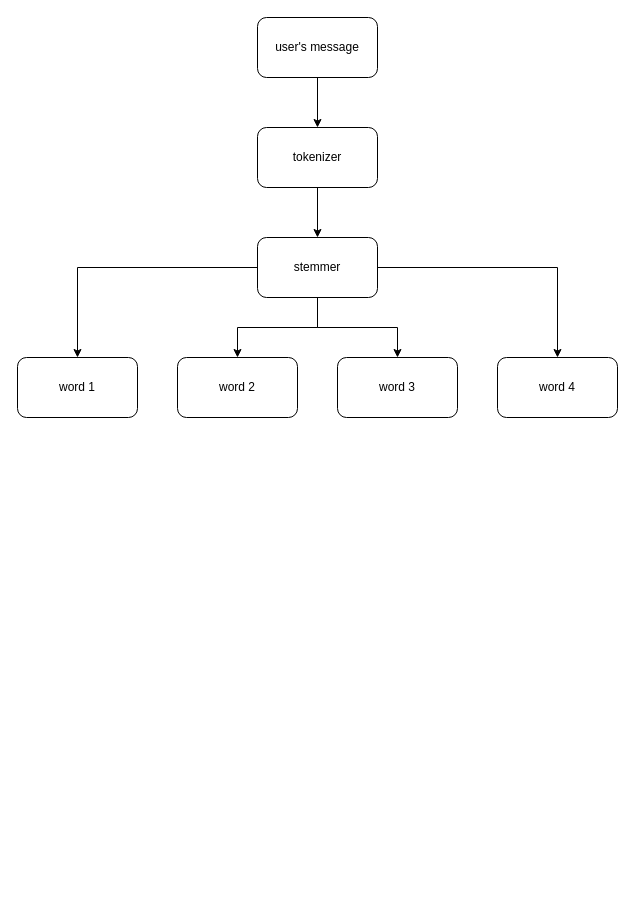
This is annie_nlp.drawio from Grrom/draw_io_stuff, a draw.io file, before an edit. Source tidied: cells renumbered, new cells numbered last; positions are measured from the earlier drawing's top-left corner, leaving out a move shared by most shapes. Both pictures are drawn from the tidied source at 100%, with x=0, y=0 at pixel (17, 17).
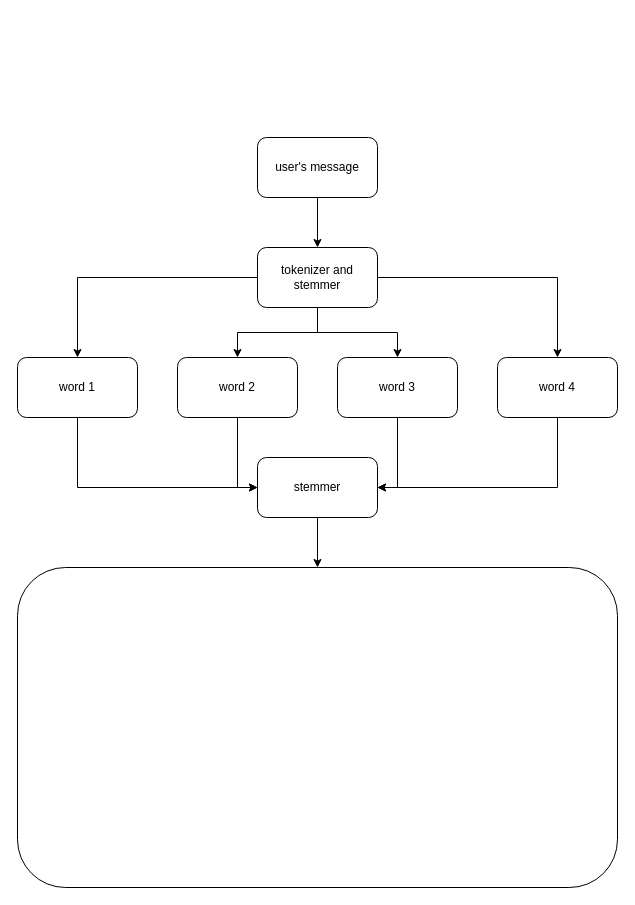
After the change.

Unchanged cells that the change refers to:
```xml
<mxCell id="11" value="word 1" style="rounded=1;whiteSpace=wrap;html=1;" parent="1" vertex="1">
  <mxGeometry y="340" width="120" height="60" as="geometry" />
</mxCell>
<mxCell id="12" value="word 2" style="rounded=1;whiteSpace=wrap;html=1;" parent="1" vertex="1">
  <mxGeometry x="160" y="340" width="120" height="60" as="geometry" />
</mxCell>
<mxCell id="13" value="word 3" style="rounded=1;whiteSpace=wrap;html=1;" parent="1" vertex="1">
  <mxGeometry x="320" y="340" width="120" height="60" as="geometry" />
</mxCell>
<mxCell id="14" value="word 4" style="rounded=1;whiteSpace=wrap;html=1;" parent="1" vertex="1">
  <mxGeometry x="480" y="340" width="120" height="60" as="geometry" />
</mxCell>
```

What changed in the source:
```diff
@@
     <mxCell id="3" value="user's message" style="rounded=1;whiteSpace=wrap;html=1;" parent="1" vertex="1">
-      <mxGeometry x="240" width="120" height="60" as="geometry" />
+      <mxGeometry x="240" y="120" width="120" height="60" as="geometry" />
     </mxCell>
-    <mxCell id="4" style="edgeStyle=orthogonalEdgeStyle;rounded=0;jettySize=auto;html=1;" parent="1" edge="1" source="5" target="10">
-      <mxGeometry relative="1" as="geometry" />
-    </mxCell>
+    <mxCell id="15" style="edgeStyle=orthogonalEdgeStyle;rounded=0;jettySize=auto;html=1;entryX=0.5;entryY=0;entryDx=0;entryDy=0;" parent="1" edge="1" source="5" target="11">
+      <mxGeometry relative="1" as="geometry" />
+    </mxCell>
+    <mxCell id="16" style="edgeStyle=orthogonalEdgeStyle;rounded=0;jettySize=auto;html=1;" parent="1" edge="1" source="5" target="12">
+      <mxGeometry relative="1" as="geometry" />
+    </mxCell>
+    <mxCell id="17" style="edgeStyle=orthogonalEdgeStyle;rounded=0;jettySize=auto;html=1;" parent="1" edge="1" source="5" target="13">
+      <mxGeometry relative="1" as="geometry" />
+    </mxCell>
+    <mxCell id="18" style="edgeStyle=orthogonalEdgeStyle;rounded=0;jettySize=auto;html=1;" parent="1" edge="1" source="5" target="14">
+      <mxGeometry relative="1" as="geometry" />
+    </mxCell>
-    <mxCell id="5" value="tokenizer" style="rounded=1;whiteSpace=wrap;html=1;" parent="1" vertex="1">
-      <mxGeometry x="240" y="110" width="120" height="60" as="geometry" />
+    <mxCell id="5" value="tokenizer and stemmer" style="rounded=1;whiteSpace=wrap;html=1;" parent="1" vertex="1">
+      <mxGeometry x="240" y="230" width="120" height="60" as="geometry" />
     </mxCell>
-    <mxCell id="6" style="edgeStyle=orthogonalEdgeStyle;rounded=0;jettySize=auto;html=1;" parent="1" edge="1" source="10" target="11">
-      <mxGeometry relative="1" as="geometry" />
-    </mxCell>
-    <mxCell id="7" style="edgeStyle=orthogonalEdgeStyle;rounded=0;jettySize=auto;html=1;entryX=0.5;entryY=0;entryDx=0;entryDy=0;" parent="1" edge="1" source="10" target="13">
-      <mxGeometry relative="1" as="geometry" />
-    </mxCell>
-    <mxCell id="8" style="edgeStyle=orthogonalEdgeStyle;rounded=0;jettySize=auto;html=1;entryX=0.5;entryY=0;entryDx=0;entryDy=0;" parent="1" edge="1" source="10" target="14">
-      <mxGeometry relative="1" as="geometry" />
-    </mxCell>
-    <mxCell id="9" style="edgeStyle=orthogonalEdgeStyle;rounded=0;jettySize=auto;html=1;" parent="1" edge="1" source="10" target="12">
-      <mxGeometry relative="1" as="geometry" />
-    </mxCell>
+    <mxCell id="19" style="edgeStyle=orthogonalEdgeStyle;rounded=0;jettySize=auto;html=1;entryX=0.5;entryY=0;entryDx=0;entryDy=0;" parent="1" edge="1" source="10" target="24">
+      <mxGeometry relative="1" as="geometry" />
+    </mxCell>
     <mxCell id="10" value="stemmer" style="rounded=1;whiteSpace=wrap;html=1;" parent="1" vertex="1">
-      <mxGeometry x="240" y="220" width="120" height="60" as="geometry" />
+      <mxGeometry x="240" y="440" width="120" height="60" as="geometry" />
     </mxCell>
+    <mxCell id="20" style="edgeStyle=orthogonalEdgeStyle;rounded=0;jettySize=auto;html=1;entryX=0;entryY=0.5;entryDx=0;entryDy=0;" parent="1" edge="1" source="11" target="10">
+      <mxGeometry relative="1" as="geometry">
+        <Array as="points">
+          <mxPoint x="60" y="470" />
+        </Array>
+      </mxGeometry>
+    </mxCell>
@@
+    <mxCell id="21" style="edgeStyle=orthogonalEdgeStyle;rounded=0;jettySize=auto;html=1;entryX=0;entryY=0.5;entryDx=0;entryDy=0;" parent="1" edge="1" source="12" target="10">
+      <mxGeometry relative="1" as="geometry" />
+    </mxCell>
@@
+    <mxCell id="22" style="edgeStyle=orthogonalEdgeStyle;rounded=0;jettySize=auto;html=1;entryX=1;entryY=0.5;entryDx=0;entryDy=0;" parent="1" edge="1" source="13" target="10">
+      <mxGeometry relative="1" as="geometry" />
+    </mxCell>
@@
+    <mxCell id="23" style="edgeStyle=orthogonalEdgeStyle;rounded=0;jettySize=auto;html=1;entryX=1;entryY=0.5;entryDx=0;entryDy=0;" parent="1" edge="1" source="14" target="10">
+      <mxGeometry relative="1" as="geometry">
+        <Array as="points">
+          <mxPoint x="540" y="470" />
+        </Array>
+      </mxGeometry>
+    </mxCell>
@@
+    <mxCell id="24" style="rounded=1;whiteSpace=wrap;html=1;" parent="1" vertex="1">
+      <mxGeometry y="550" width="600" height="320" as="geometry" />
+    </mxCell>
```
